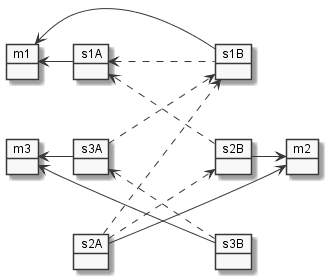
Earlier version of the PlantUML export documentation/protocol/img/conn-message-container-2simultaneous.png (researchstudio-sat/webofneeds).
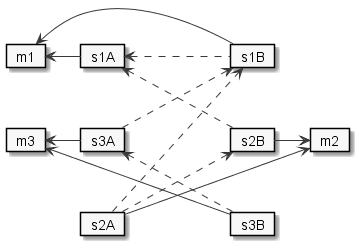
Later version of the same file.

What changed in the source:
```diff
@@ -4,15 +4,15 @@
 
 hide attributes
 
-object "m1"  as m1A
-object "s1A"  as s1A
-object "s1B"  as s1B
-object "m2"  as m2B
-object "s2B"  as s2B
-object "m3"  as m3A
-object "s3A" as s3A
-object "s2A" as s2A
-object "s3B"  as s3B
+card "m1"  as m1A
+card "s1A"  as s1A
+card "s1B"  as s1B
+card "m2"  as m2B
+card "s2B"  as s2B
+card "m3"  as m3A
+card "s3A" as s3A
+card "s2A" as s2A
+card "s3B"  as s3B
 
 s1A -left->  m1A
 s1B .left.>  s1A
@@ -37,7 +37,7 @@
 m3A -[hidden]up-> m1A
 s3A -[hidden]up-> s1A
 
-object "x" as x
+card "x" as x
 x -[hidden]left-> s1B
 x -[hidden]down-> m2B
 hide x
```
